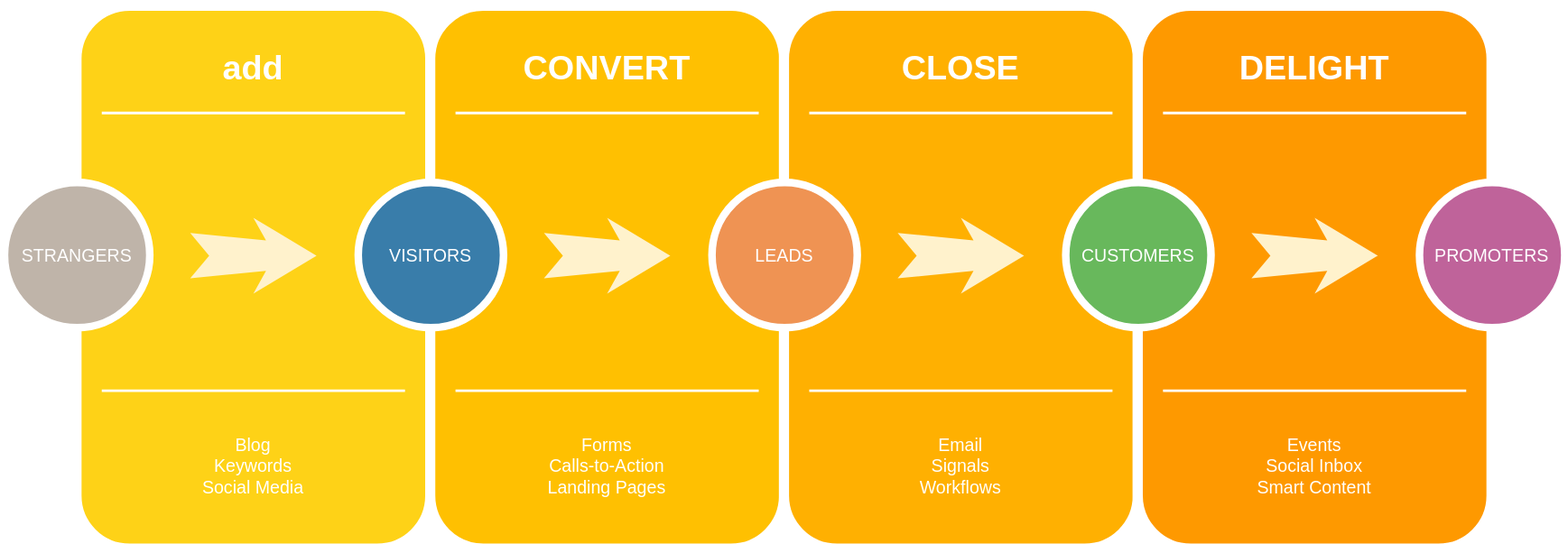
Before: HappyDraw.drawio.svg, a diagram exported from draw.io (builden/drawio-diagram). Source tidied: cells renumbered, new cells last; positions are measured from the earlier drawing's top-left corner, leaving out a move shared by most shapes.
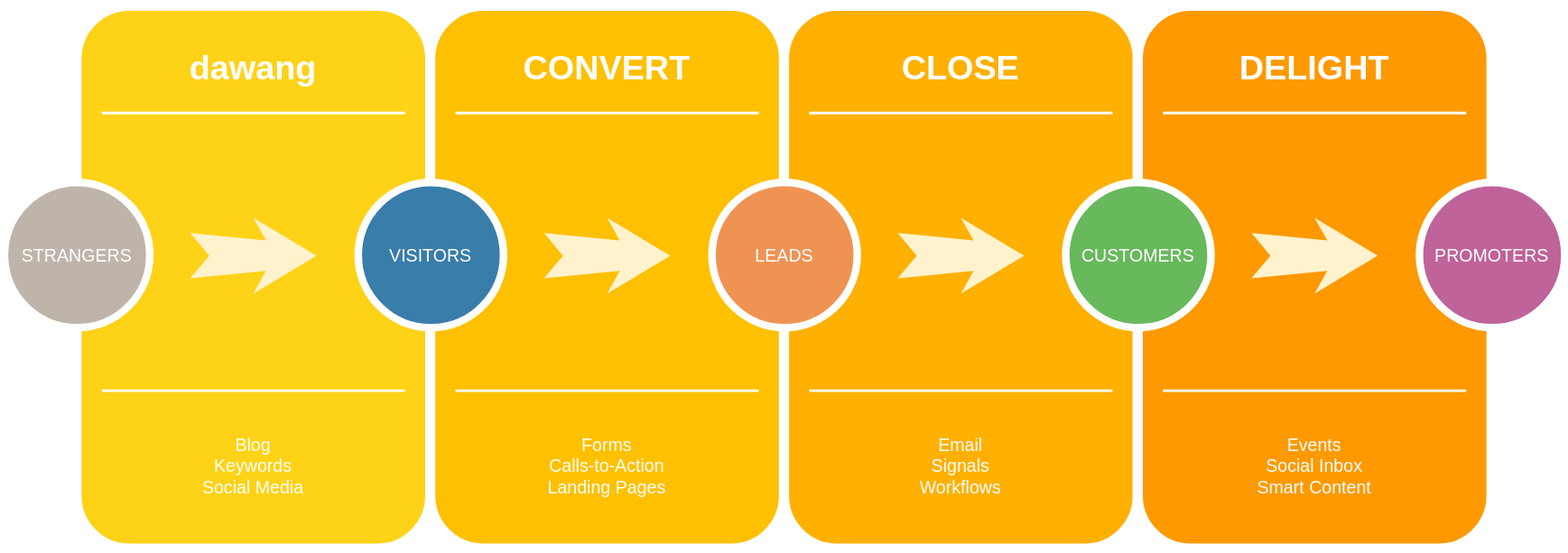
After the commit.

The edit, as a diff of the source:
```diff
@@ -5,7 +5,7 @@
     <mxCell id="2" style="whiteSpace=wrap;html=1;rounded=1;shadow=0;strokeWidth=8;fontSize=20;align=center;fillColor=#FED217;strokeColor=#FFFFFF;" parent="1" vertex="1">
       <mxGeometry x="57" width="280" height="430" as="geometry" />
     </mxCell>
-    <mxCell id="3" value="add" style="text;html=1;strokeColor=none;fillColor=none;align=center;verticalAlign=middle;whiteSpace=wrap;rounded=0;shadow=0;fontSize=27;fontColor=#FFFFFF;fontStyle=1;" parent="1" vertex="1">
+    <mxCell id="3" value="dawang" style="text;html=1;strokeColor=none;fillColor=none;align=center;verticalAlign=middle;whiteSpace=wrap;rounded=0;shadow=0;fontSize=27;fontColor=#FFFFFF;fontStyle=1;" parent="1" vertex="1">
       <mxGeometry x="57" y="20" width="280" height="60" as="geometry" />
     </mxCell>
     <mxCell id="4" value="Blog&lt;div&gt;Keywords&lt;/div&gt;&lt;div&gt;Social Media&lt;/div&gt;" style="text;html=1;strokeColor=none;fillColor=none;align=center;verticalAlign=middle;whiteSpace=wrap;rounded=0;shadow=0;fontSize=14;fontColor=#FFFFFF;" parent="1" vertex="1">
```
